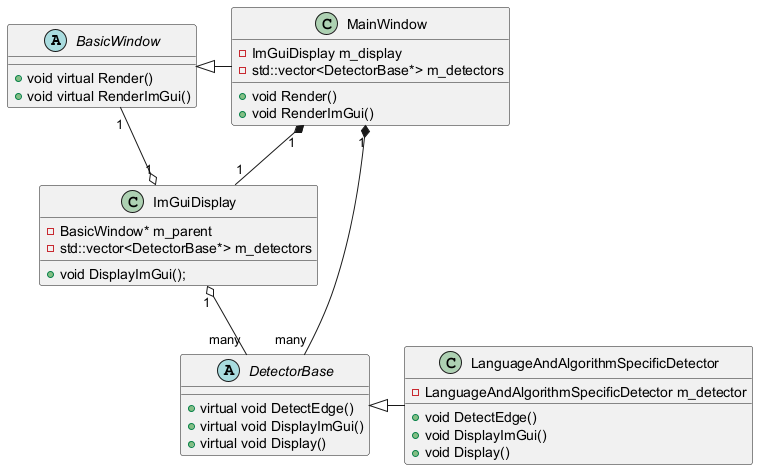
Earlier version of the PlantUML export docs/images/view.png (Palnit/BSC-Thesis). Its diagram source:
```plantuml
@startuml
abstract BasicWindow{
+ void virtual Render()
+ void virtual RenderImGui()
}

class MainWindow{
+ void Render()
+ void RenderImGui()
- ImGuiDisplay m_display
- std::vector<DetectorBase*> m_detectors
}

class ImGuiDisplay{
+ void DisplayImGui();
- BasicWindow* m_parent
- std::vector<DetectorBase*> m_detectors
}

abstract DetectorBase{
+ virtual void DetectEdge()
+ virtual void DisplayImGui()
+ virtual void Display()
}

class LanguageAndAlgorithmSpecificDetector{
+ void DetectEdge()
+ void DisplayImGui()
+ void Display()
- LanguageAndAlgorithmSpecificDetector m_detector
}

BasicWindow <|-Right- MainWindow
DetectorBase <|-Right- LanguageAndAlgorithmSpecificDetector
MainWindow "1" *-- "1" ImGuiDisplay
ImGuiDisplay "1" o-- "1" BasicWindow
MainWindow "1" *-- "many" DetectorBase
ImGuiDisplay "1" o-- "many" DetectorBase

@enduml
```
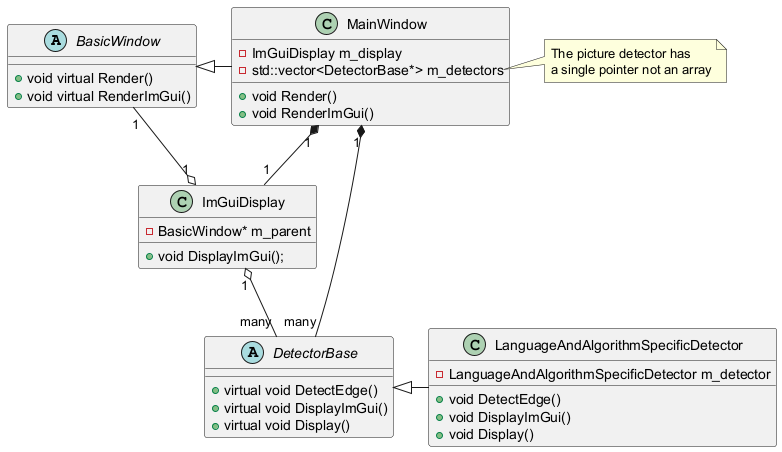
The same file after the commit.

Diff of the diagram source:
```diff
@@ -14,7 +14,6 @@
 class ImGuiDisplay{
 + void DisplayImGui();
 - BasicWindow* m_parent
-- std::vector<DetectorBase*> m_detectors
 }
 
 abstract DetectorBase{
@@ -36,5 +35,8 @@
 ImGuiDisplay "1" o-- "1" BasicWindow
 MainWindow "1" *-- "many" DetectorBase
 ImGuiDisplay "1" o-- "many" DetectorBase
-
+note Right of MainWindow::m_detectors
+    The picture detector has
+    a single pointer not an array
+end note
 @enduml
```
